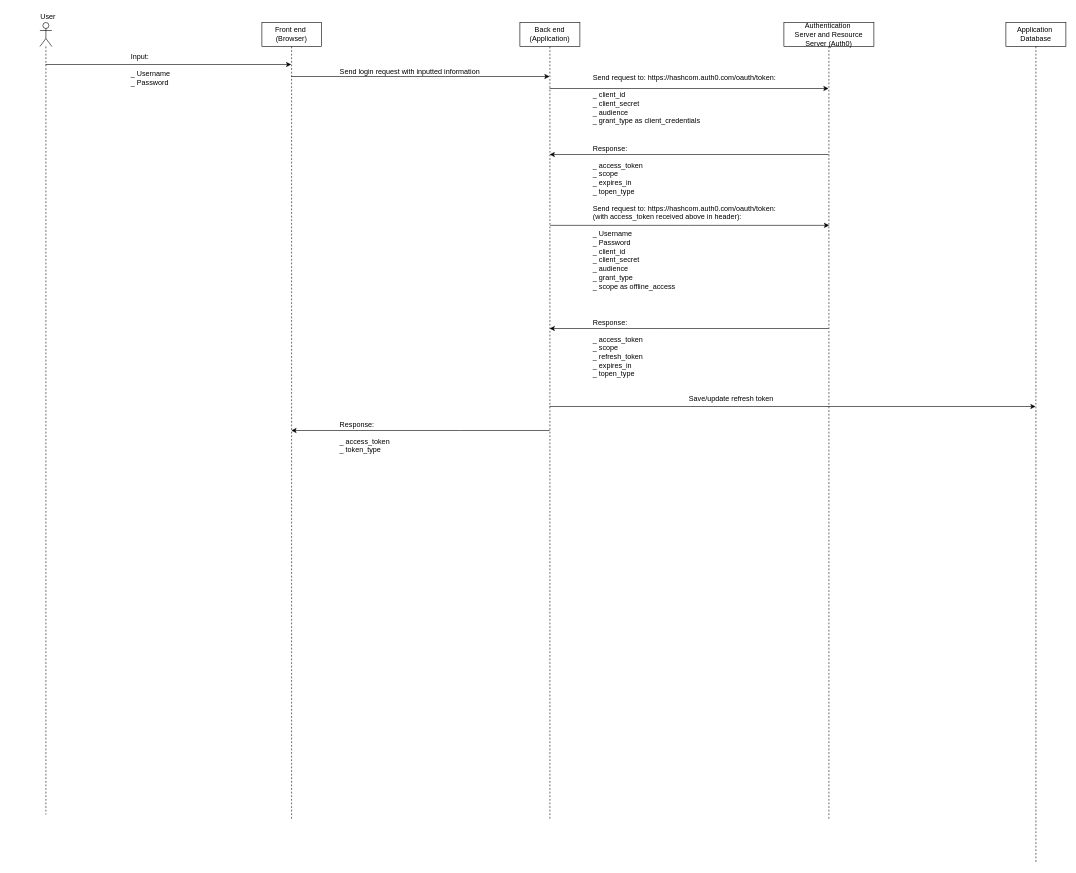
Earlier version of the draw.io diagram Untitled Diagram.drawio (quocq6hcm/HeHeHe). Source tidied: cells renumbered, new cells numbered last; positions are measured from the earlier drawing's top-left corner, leaving out a move shared by most shapes. Both pictures are drawn from the tidied source at 60%, with x=0, y=0 at pixel (39, 10).
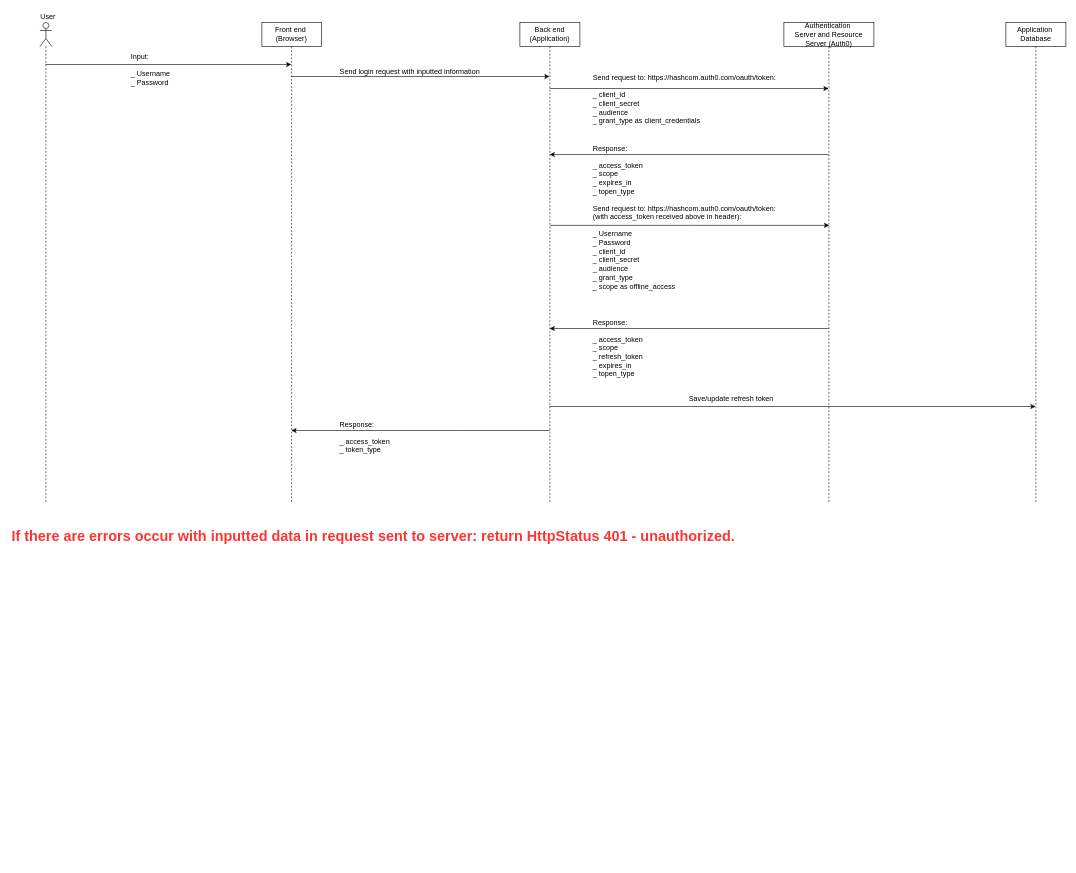
The same page after the edit.

What changed in the source:
```diff
@@
     <mxCell id="3" value="Front end&amp;nbsp;&lt;br&gt;(Browser)&lt;br&gt;" style="shape=umlLifeline;perimeter=lifelinePerimeter;whiteSpace=wrap;html=1;outlineConnect=0;" parent="1" vertex="1">
-      <mxGeometry x="371" y="20" width="99" height="1330" as="geometry" />
+      <mxGeometry x="371" y="20" width="99" height="800" as="geometry" />
     </mxCell>
@@
     <mxCell id="6" value="Authentication&amp;nbsp;&lt;br&gt;Server and Resource Server (Auth0)&lt;br&gt;" style="shape=umlLifeline;perimeter=lifelinePerimeter;whiteSpace=wrap;html=1;outlineConnect=0;" parent="1" vertex="1">
-      <mxGeometry x="1241" y="20" width="150" height="1330" as="geometry" />
+      <mxGeometry x="1241" y="20" width="150" height="800" as="geometry" />
     </mxCell>
@@
     <mxCell id="11" value="Back end&lt;br&gt;(Application)&lt;br&gt;" style="shape=umlLifeline;perimeter=lifelinePerimeter;whiteSpace=wrap;html=1;outlineConnect=0;" parent="1" vertex="1">
-      <mxGeometry x="801" y="20" width="100" height="1330" as="geometry" />
+      <mxGeometry x="801" y="20" width="100" height="800" as="geometry" />
     </mxCell>
@@
     <mxCell id="15" style="shape=umlLifeline;participant=umlActor;perimeter=lifelinePerimeter;whiteSpace=wrap;html=1;verticalAlign=top;spacingTop=36;labelBackgroundColor=#ffffff;outlineConnect=0;" parent="1" vertex="1">
-      <mxGeometry x="1" y="20" width="20" height="1320" as="geometry" />
+      <mxGeometry x="1" y="20" width="20" height="800" as="geometry" />
     </mxCell>
@@
     <mxCell id="21" value="Application&amp;nbsp;&lt;br&gt;Database&lt;br&gt;" style="shape=umlLifeline;perimeter=lifelinePerimeter;whiteSpace=wrap;html=1;outlineConnect=0;" parent="1" vertex="1">
-      <mxGeometry x="1611" y="20" width="100" height="1400" as="geometry" />
+      <mxGeometry x="1611" y="20" width="100" height="800" as="geometry" />
     </mxCell>
@@
+    <mxCell id="24" value="&lt;font style=&quot;font-size: 24px&quot; color=&quot;#ff3333&quot;&gt;If there are errors occur with inputted data in request sent to server: return HttpStatus 401 - unauthorized.&lt;/font&gt;&lt;br&gt;" style="text;html=1;align=left;verticalAlign=top;spacingTop=-4;fontStyle=1;" parent="1" vertex="1">
+      <mxGeometry x="-48" y="860" width="1130" height="20" as="geometry" />
+    </mxCell>
```
